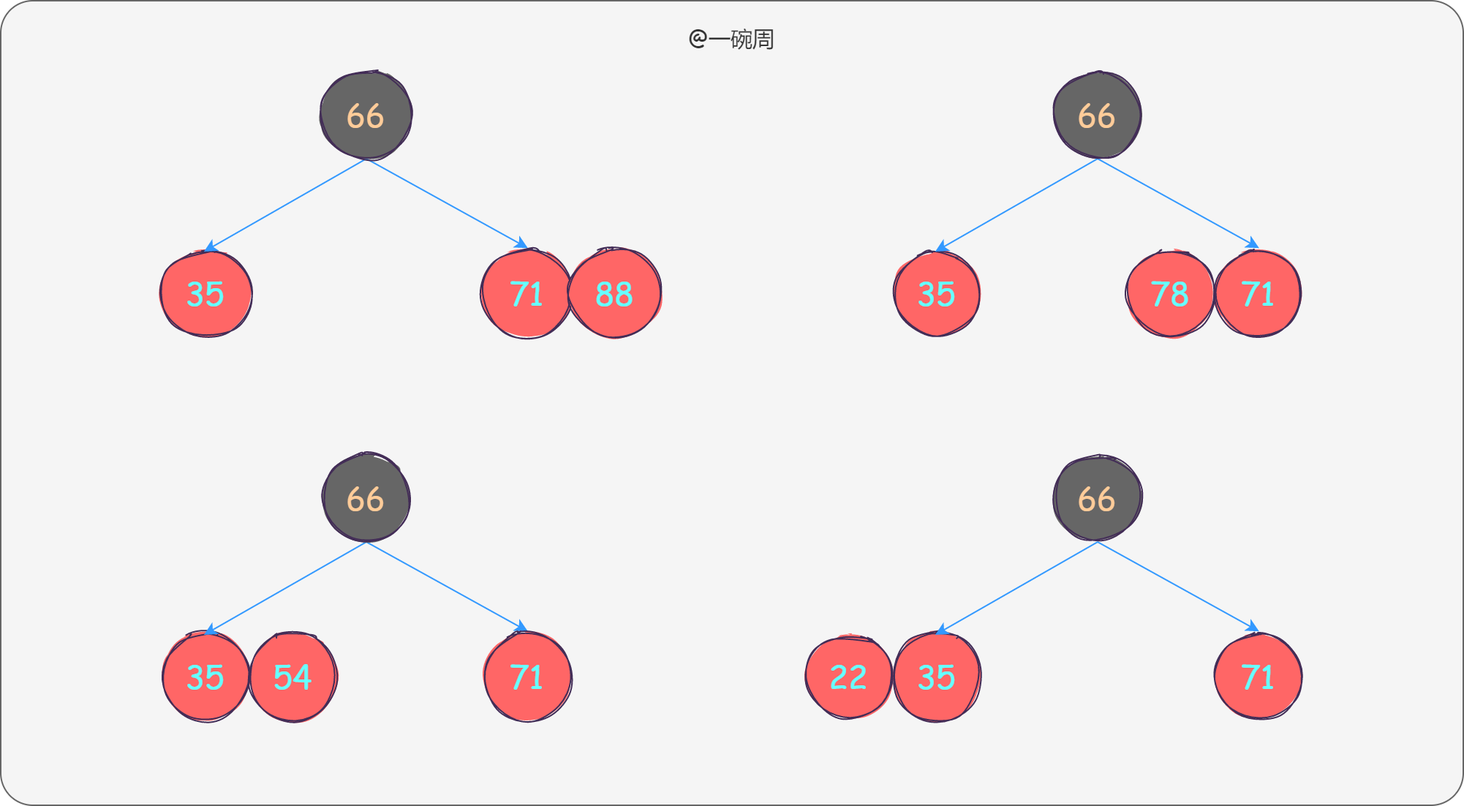
This is 数据结构/readBlackTree/image/15_裂变状态.png from ywanzhou/play-algorithm, a draw.io export, as it was before one commit. Source tidied: cells renumbered, new cells last; positions are measured from the earlier drawing's top-left corner, leaving out a move shared by most shapes.
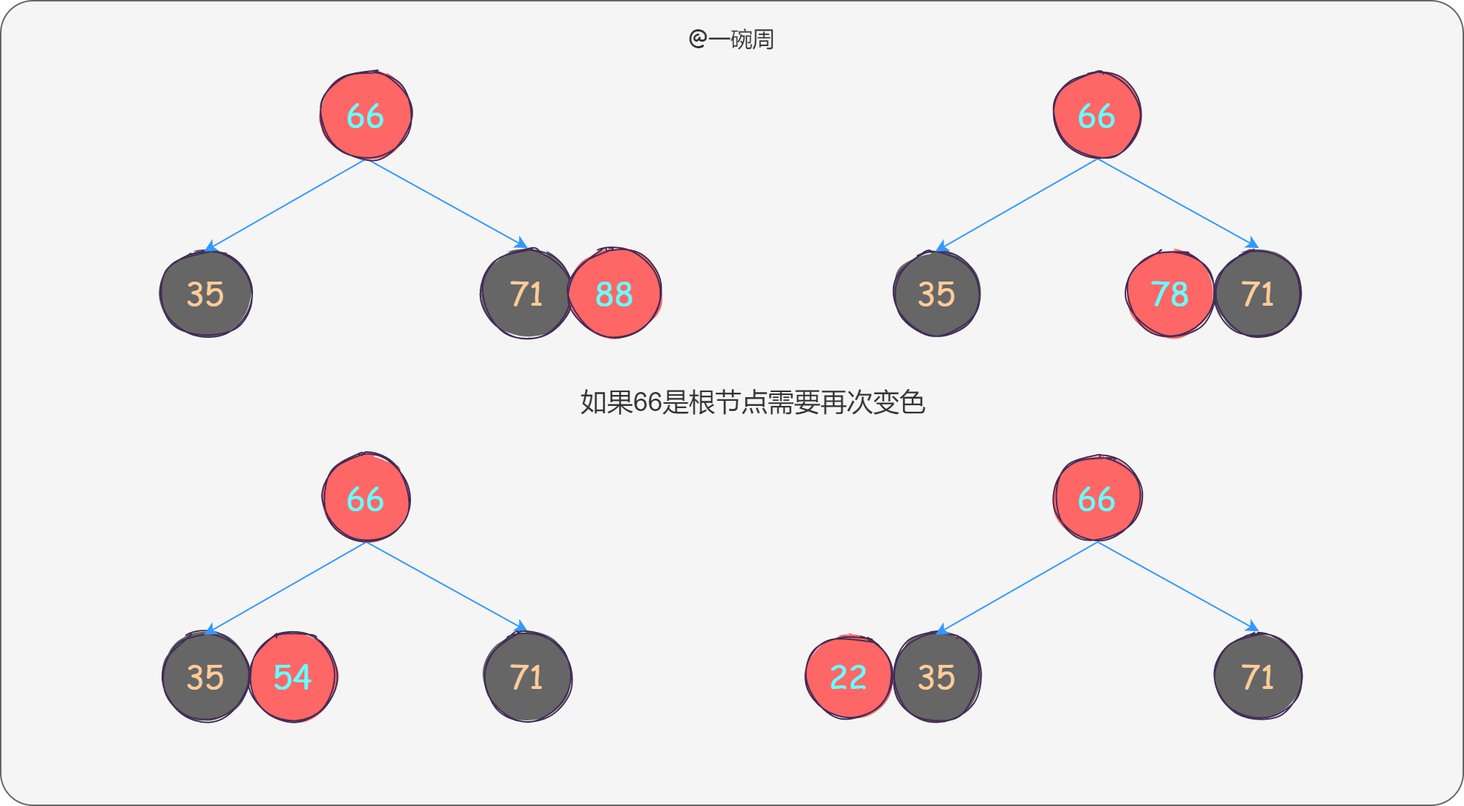
After the commit.

The edit, as a diff of the source:
```diff
@@ -8,7 +8,7 @@
     <mxCell id="3" value="@一碗周" style="text;html=1;strokeColor=none;fillColor=none;align=center;verticalAlign=middle;whiteSpace=wrap;rounded=0;sketch=0;fontFamily=Comic Sans MS;fontSize=15;fontColor=#333333;" parent="1" vertex="1">
       <mxGeometry x="460" y="10" width="80" height="30" as="geometry" />
     </mxCell>
-    <mxCell id="4" value="&lt;font face=&quot;comic sans ms&quot;&gt;&lt;span style=&quot;font-size: 22px&quot;&gt;35&lt;/span&gt;&lt;/font&gt;" style="ellipse;whiteSpace=wrap;html=1;fillColor=#FF6666;strokeColor=#432D57;sketch=1;fillStyle=solid;fontColor=#66FFFF;" parent="1" vertex="1">
+    <mxCell id="4" value="&lt;font face=&quot;comic sans ms&quot;&gt;&lt;span style=&quot;font-size: 22px&quot;&gt;35&lt;/span&gt;&lt;/font&gt;" style="ellipse;whiteSpace=wrap;html=1;fillColor=#666666;strokeColor=#432D57;sketch=1;fillStyle=solid;fontColor=#FFCC99;" parent="1" vertex="1">
       <mxGeometry x="110" y="170" width="60" height="60" as="geometry" />
     </mxCell>
     <mxCell id="5" style="edgeStyle=none;rounded=0;sketch=0;jettySize=auto;html=1;exitX=0.5;exitY=1;exitDx=0;exitDy=0;entryX=0.483;entryY=0.025;entryDx=0;entryDy=0;entryPerimeter=0;fontFamily=Comic Sans MS;fontSize=22;fontColor=#333333;strokeColor=#3399FF;strokeWidth=1;" parent="1" edge="1" source="7" target="4">
@@ -17,16 +17,16 @@
     <mxCell id="6" style="edgeStyle=none;rounded=0;sketch=0;jettySize=auto;html=1;exitX=0.5;exitY=1;exitDx=0;exitDy=0;entryX=0.507;entryY=-0.015;entryDx=0;entryDy=0;entryPerimeter=0;fontFamily=Comic Sans MS;fontSize=22;fontColor=#333333;strokeColor=#3399FF;strokeWidth=1;" parent="1" edge="1" source="7" target="8">
       <mxGeometry relative="1" as="geometry" />
     </mxCell>
-    <mxCell id="7" value="&lt;span style=&quot;font-family: &amp;quot;comic sans ms&amp;quot; ; font-size: 22px&quot;&gt;&lt;font&gt;66&lt;/font&gt;&lt;/span&gt;" style="ellipse;whiteSpace=wrap;html=1;fillColor=#666666;strokeColor=#432D57;sketch=1;fillStyle=solid;fontColor=#FFCC99;" parent="1" vertex="1">
+    <mxCell id="7" value="&lt;span style=&quot;font-family: &amp;quot;comic sans ms&amp;quot; ; font-size: 22px&quot;&gt;&lt;font&gt;66&lt;/font&gt;&lt;/span&gt;" style="ellipse;whiteSpace=wrap;html=1;fillColor=#FF6666;strokeColor=#432D57;sketch=1;fillStyle=solid;fontColor=#66FFFF;" parent="1" vertex="1">
       <mxGeometry x="220" y="48" width="60" height="60" as="geometry" />
     </mxCell>
-    <mxCell id="8" value="&lt;span style=&quot;font-family: &amp;quot;comic sans ms&amp;quot; ; font-size: 22px&quot;&gt;&lt;font&gt;71&lt;/font&gt;&lt;/span&gt;" style="ellipse;whiteSpace=wrap;html=1;fillColor=#FF6666;strokeColor=#432D57;sketch=1;fillStyle=solid;fontColor=#66FFFF;" parent="1" vertex="1">
+    <mxCell id="8" value="&lt;span style=&quot;font-family: &amp;quot;comic sans ms&amp;quot; ; font-size: 22px&quot;&gt;&lt;font&gt;71&lt;/font&gt;&lt;/span&gt;" style="ellipse;whiteSpace=wrap;html=1;fillColor=#666666;strokeColor=#432D57;sketch=1;fillStyle=solid;fontColor=#FFCC99;" parent="1" vertex="1">
       <mxGeometry x="330" y="170" width="60" height="60" as="geometry" />
     </mxCell>
     <mxCell id="9" value="&lt;span style=&quot;font-family: &amp;#34;comic sans ms&amp;#34; ; font-size: 22px&quot;&gt;&lt;font color=&quot;#66ffff&quot;&gt;88&lt;/font&gt;&lt;/span&gt;" style="ellipse;whiteSpace=wrap;html=1;fillColor=#FF6666;strokeColor=#432D57;sketch=1;fillStyle=solid;fontColor=#ffffff;" parent="1" vertex="1">
       <mxGeometry x="390" y="170" width="60" height="60" as="geometry" />
     </mxCell>
-    <mxCell id="10" value="&lt;font face=&quot;comic sans ms&quot;&gt;&lt;span style=&quot;font-size: 22px&quot;&gt;35&lt;/span&gt;&lt;/font&gt;" style="ellipse;whiteSpace=wrap;html=1;fillColor=#FF6666;strokeColor=#432D57;sketch=1;fillStyle=solid;fontColor=#66FFFF;" parent="1" vertex="1">
+    <mxCell id="10" value="&lt;font face=&quot;comic sans ms&quot;&gt;&lt;span style=&quot;font-size: 22px&quot;&gt;35&lt;/span&gt;&lt;/font&gt;" style="ellipse;whiteSpace=wrap;html=1;fillColor=#666666;strokeColor=#432D57;sketch=1;fillStyle=solid;fontColor=#FFCC99;" parent="1" vertex="1">
       <mxGeometry x="610" y="170" width="60" height="60" as="geometry" />
     </mxCell>
     <mxCell id="11" style="edgeStyle=none;rounded=0;sketch=0;jettySize=auto;html=1;exitX=0.5;exitY=1;exitDx=0;exitDy=0;entryX=0.483;entryY=0.025;entryDx=0;entryDy=0;entryPerimeter=0;fontFamily=Comic Sans MS;fontSize=22;fontColor=#333333;strokeColor=#3399FF;strokeWidth=1;" parent="1" edge="1" source="13" target="10">
@@ -35,16 +35,16 @@
     <mxCell id="12" style="edgeStyle=none;rounded=0;sketch=0;jettySize=auto;html=1;exitX=0.5;exitY=1;exitDx=0;exitDy=0;entryX=0.507;entryY=-0.015;entryDx=0;entryDy=0;entryPerimeter=0;fontFamily=Comic Sans MS;fontSize=22;fontColor=#333333;strokeColor=#3399FF;strokeWidth=1;" parent="1" edge="1" source="13" target="14">
       <mxGeometry relative="1" as="geometry" />
     </mxCell>
-    <mxCell id="13" value="&lt;span style=&quot;font-family: &amp;quot;comic sans ms&amp;quot; ; font-size: 22px&quot;&gt;&lt;font&gt;66&lt;/font&gt;&lt;/span&gt;" style="ellipse;whiteSpace=wrap;html=1;fillColor=#666666;strokeColor=#432D57;sketch=1;fillStyle=solid;fontColor=#FFCC99;" parent="1" vertex="1">
+    <mxCell id="13" value="&lt;span style=&quot;font-family: &amp;quot;comic sans ms&amp;quot; ; font-size: 22px&quot;&gt;&lt;font&gt;66&lt;/font&gt;&lt;/span&gt;" style="ellipse;whiteSpace=wrap;html=1;fillColor=#FF6666;strokeColor=#432D57;sketch=1;fillStyle=solid;fontColor=#66FFFF;" parent="1" vertex="1">
       <mxGeometry x="720" y="48" width="60" height="60" as="geometry" />
     </mxCell>
-    <mxCell id="14" value="&lt;span style=&quot;font-family: &amp;quot;comic sans ms&amp;quot; ; font-size: 22px&quot;&gt;&lt;font&gt;71&lt;/font&gt;&lt;/span&gt;" style="ellipse;whiteSpace=wrap;html=1;fillColor=#FF6666;strokeColor=#432D57;sketch=1;fillStyle=solid;fontColor=#66FFFF;" parent="1" vertex="1">
+    <mxCell id="14" value="&lt;span style=&quot;font-family: &amp;quot;comic sans ms&amp;quot; ; font-size: 22px&quot;&gt;&lt;font&gt;71&lt;/font&gt;&lt;/span&gt;" style="ellipse;whiteSpace=wrap;html=1;fillColor=#666666;strokeColor=#432D57;sketch=1;fillStyle=solid;fontColor=#FFCC99;" parent="1" vertex="1">
       <mxGeometry x="830" y="170" width="60" height="60" as="geometry" />
     </mxCell>
     <mxCell id="15" value="&lt;span style=&quot;font-family: &amp;#34;comic sans ms&amp;#34; ; font-size: 22px&quot;&gt;&lt;font color=&quot;#66ffff&quot;&gt;78&lt;/font&gt;&lt;/span&gt;" style="ellipse;whiteSpace=wrap;html=1;fillColor=#FF6666;strokeColor=#432D57;sketch=1;fillStyle=solid;fontColor=#ffffff;" parent="1" vertex="1">
       <mxGeometry x="770" y="170" width="60" height="60" as="geometry" />
     </mxCell>
-    <mxCell id="16" value="&lt;font face=&quot;comic sans ms&quot;&gt;&lt;span style=&quot;font-size: 22px&quot;&gt;35&lt;/span&gt;&lt;/font&gt;" style="ellipse;whiteSpace=wrap;html=1;fillColor=#FF6666;strokeColor=#432D57;sketch=1;fillStyle=solid;fontColor=#66FFFF;" parent="1" vertex="1">
+    <mxCell id="16" value="&lt;font face=&quot;comic sans ms&quot;&gt;&lt;span style=&quot;font-size: 22px&quot;&gt;35&lt;/span&gt;&lt;/font&gt;" style="ellipse;whiteSpace=wrap;html=1;fillColor=#666666;strokeColor=#432D57;sketch=1;fillStyle=solid;fontColor=#FFCC99;" parent="1" vertex="1">
       <mxGeometry x="110" y="432" width="60" height="60" as="geometry" />
     </mxCell>
     <mxCell id="17" style="edgeStyle=none;rounded=0;sketch=0;jettySize=auto;html=1;exitX=0.5;exitY=1;exitDx=0;exitDy=0;entryX=0.483;entryY=0.025;entryDx=0;entryDy=0;entryPerimeter=0;fontFamily=Comic Sans MS;fontSize=22;fontColor=#333333;strokeColor=#3399FF;strokeWidth=1;" parent="1" edge="1" source="19" target="16">
@@ -53,16 +53,16 @@
     <mxCell id="18" style="edgeStyle=none;rounded=0;sketch=0;jettySize=auto;html=1;exitX=0.5;exitY=1;exitDx=0;exitDy=0;entryX=0.507;entryY=-0.015;entryDx=0;entryDy=0;entryPerimeter=0;fontFamily=Comic Sans MS;fontSize=22;fontColor=#333333;strokeColor=#3399FF;strokeWidth=1;" parent="1" edge="1" source="19" target="20">
       <mxGeometry relative="1" as="geometry" />
     </mxCell>
-    <mxCell id="19" value="&lt;span style=&quot;font-family: &amp;quot;comic sans ms&amp;quot; ; font-size: 22px&quot;&gt;&lt;font&gt;66&lt;/font&gt;&lt;/span&gt;" style="ellipse;whiteSpace=wrap;html=1;fillColor=#666666;strokeColor=#432D57;sketch=1;fillStyle=solid;fontColor=#FFCC99;" parent="1" vertex="1">
+    <mxCell id="19" value="&lt;span style=&quot;font-family: &amp;quot;comic sans ms&amp;quot; ; font-size: 22px&quot;&gt;&lt;font&gt;66&lt;/font&gt;&lt;/span&gt;" style="ellipse;whiteSpace=wrap;html=1;fillColor=#FF6666;strokeColor=#432D57;sketch=1;fillStyle=solid;fontColor=#66FFFF;" parent="1" vertex="1">
       <mxGeometry x="220" y="310" width="60" height="60" as="geometry" />
     </mxCell>
-    <mxCell id="20" value="&lt;span style=&quot;font-family: &amp;quot;comic sans ms&amp;quot; ; font-size: 22px&quot;&gt;&lt;font&gt;71&lt;/font&gt;&lt;/span&gt;" style="ellipse;whiteSpace=wrap;html=1;fillColor=#FF6666;strokeColor=#432D57;sketch=1;fillStyle=solid;fontColor=#66FFFF;" parent="1" vertex="1">
+    <mxCell id="20" value="&lt;span style=&quot;font-family: &amp;quot;comic sans ms&amp;quot; ; font-size: 22px&quot;&gt;&lt;font&gt;71&lt;/font&gt;&lt;/span&gt;" style="ellipse;whiteSpace=wrap;html=1;fillColor=#666666;strokeColor=#432D57;sketch=1;fillStyle=solid;fontColor=#FFCC99;" parent="1" vertex="1">
       <mxGeometry x="330" y="432" width="60" height="60" as="geometry" />
     </mxCell>
     <mxCell id="21" value="&lt;span style=&quot;font-family: &amp;#34;comic sans ms&amp;#34; ; font-size: 22px&quot;&gt;&lt;font color=&quot;#66ffff&quot;&gt;54&lt;/font&gt;&lt;/span&gt;" style="ellipse;whiteSpace=wrap;html=1;fillColor=#FF6666;strokeColor=#432D57;sketch=1;fillStyle=solid;fontColor=#ffffff;" parent="1" vertex="1">
       <mxGeometry x="170" y="432" width="60" height="60" as="geometry" />
     </mxCell>
-    <mxCell id="22" value="&lt;font face=&quot;comic sans ms&quot;&gt;&lt;span style=&quot;font-size: 22px&quot;&gt;35&lt;/span&gt;&lt;/font&gt;" style="ellipse;whiteSpace=wrap;html=1;fillColor=#FF6666;strokeColor=#432D57;sketch=1;fillStyle=solid;fontColor=#66FFFF;" parent="1" vertex="1">
+    <mxCell id="22" value="&lt;font face=&quot;comic sans ms&quot;&gt;&lt;span style=&quot;font-size: 22px&quot;&gt;35&lt;/span&gt;&lt;/font&gt;" style="ellipse;whiteSpace=wrap;html=1;fillColor=#666666;strokeColor=#432D57;sketch=1;fillStyle=solid;fontColor=#FFCC99;" parent="1" vertex="1">
       <mxGeometry x="610" y="432" width="60" height="60" as="geometry" />
     </mxCell>
     <mxCell id="23" style="edgeStyle=none;rounded=0;sketch=0;jettySize=auto;html=1;exitX=0.5;exitY=1;exitDx=0;exitDy=0;entryX=0.483;entryY=0.025;entryDx=0;entryDy=0;entryPerimeter=0;fontFamily=Comic Sans MS;fontSize=22;fontColor=#333333;strokeColor=#3399FF;strokeWidth=1;" parent="1" edge="1" source="25" target="22">
@@ -71,14 +71,17 @@
     <mxCell id="24" style="edgeStyle=none;rounded=0;sketch=0;jettySize=auto;html=1;exitX=0.5;exitY=1;exitDx=0;exitDy=0;entryX=0.507;entryY=-0.015;entryDx=0;entryDy=0;entryPerimeter=0;fontFamily=Comic Sans MS;fontSize=22;fontColor=#333333;strokeColor=#3399FF;strokeWidth=1;" parent="1" edge="1" source="25" target="26">
       <mxGeometry relative="1" as="geometry" />
     </mxCell>
-    <mxCell id="25" value="&lt;span style=&quot;font-family: &amp;quot;comic sans ms&amp;quot; ; font-size: 22px&quot;&gt;&lt;font&gt;66&lt;/font&gt;&lt;/span&gt;" style="ellipse;whiteSpace=wrap;html=1;fillColor=#666666;strokeColor=#432D57;sketch=1;fillStyle=solid;fontColor=#FFCC99;" parent="1" vertex="1">
+    <mxCell id="25" value="&lt;span style=&quot;font-family: &amp;quot;comic sans ms&amp;quot; ; font-size: 22px&quot;&gt;&lt;font&gt;66&lt;/font&gt;&lt;/span&gt;" style="ellipse;whiteSpace=wrap;html=1;fillColor=#FF6666;strokeColor=#432D57;sketch=1;fillStyle=solid;fontColor=#66FFFF;" parent="1" vertex="1">
       <mxGeometry x="720" y="310" width="60" height="60" as="geometry" />
     </mxCell>
-    <mxCell id="26" value="&lt;span style=&quot;font-family: &amp;quot;comic sans ms&amp;quot; ; font-size: 22px&quot;&gt;&lt;font&gt;71&lt;/font&gt;&lt;/span&gt;" style="ellipse;whiteSpace=wrap;html=1;fillColor=#FF6666;strokeColor=#432D57;sketch=1;fillStyle=solid;fontColor=#66FFFF;" parent="1" vertex="1">
+    <mxCell id="26" value="&lt;span style=&quot;font-family: &amp;quot;comic sans ms&amp;quot; ; font-size: 22px&quot;&gt;&lt;font&gt;71&lt;/font&gt;&lt;/span&gt;" style="ellipse;whiteSpace=wrap;html=1;fillColor=#666666;strokeColor=#432D57;sketch=1;fillStyle=solid;fontColor=#FFCC99;" parent="1" vertex="1">
       <mxGeometry x="830" y="432" width="60" height="60" as="geometry" />
     </mxCell>
     <mxCell id="27" value="&lt;span style=&quot;font-family: &amp;#34;comic sans ms&amp;#34; ; font-size: 22px&quot;&gt;&lt;font color=&quot;#66ffff&quot;&gt;22&lt;/font&gt;&lt;/span&gt;" style="ellipse;whiteSpace=wrap;html=1;fillColor=#FF6666;strokeColor=#432D57;sketch=1;fillStyle=solid;fontColor=#ffffff;" parent="1" vertex="1">
       <mxGeometry x="550" y="432" width="60" height="60" as="geometry" />
     </mxCell>
+    <mxCell id="28" value="&lt;font color=&quot;#333333&quot;&gt;如果66是根节点需要再次变色&lt;/font&gt;" style="text;html=1;strokeColor=none;fillColor=none;align=center;verticalAlign=middle;whiteSpace=wrap;rounded=0;fillStyle=auto;fontSize=18;fontColor=#FFCC99;" parent="1" vertex="1">
+      <mxGeometry x="390" y="260" width="250" height="30" as="geometry" />
+    </mxCell>
   </root>
 </mxGraphModel>
```
